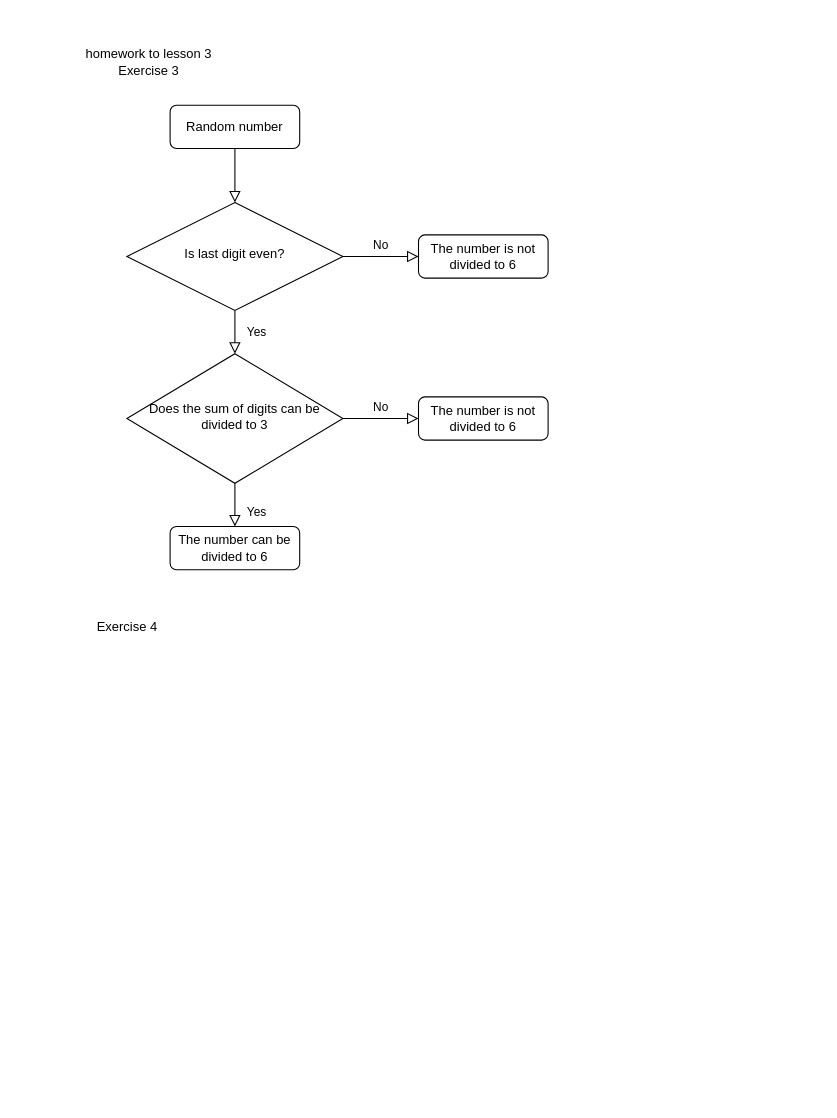
Earlier version of the draw.io diagram AQA_28_12_2023/lessons/Диаграмма без названия.drawio (Valeriia-TR/AQA_28_12_2023). Source tidied: cells renumbered, new cells numbered last; positions are measured from the earlier drawing's top-left corner, leaving out a move shared by most shapes. Both pictures are drawn from the tidied source at 108%, with x=0, y=0 at pixel (72, 40).
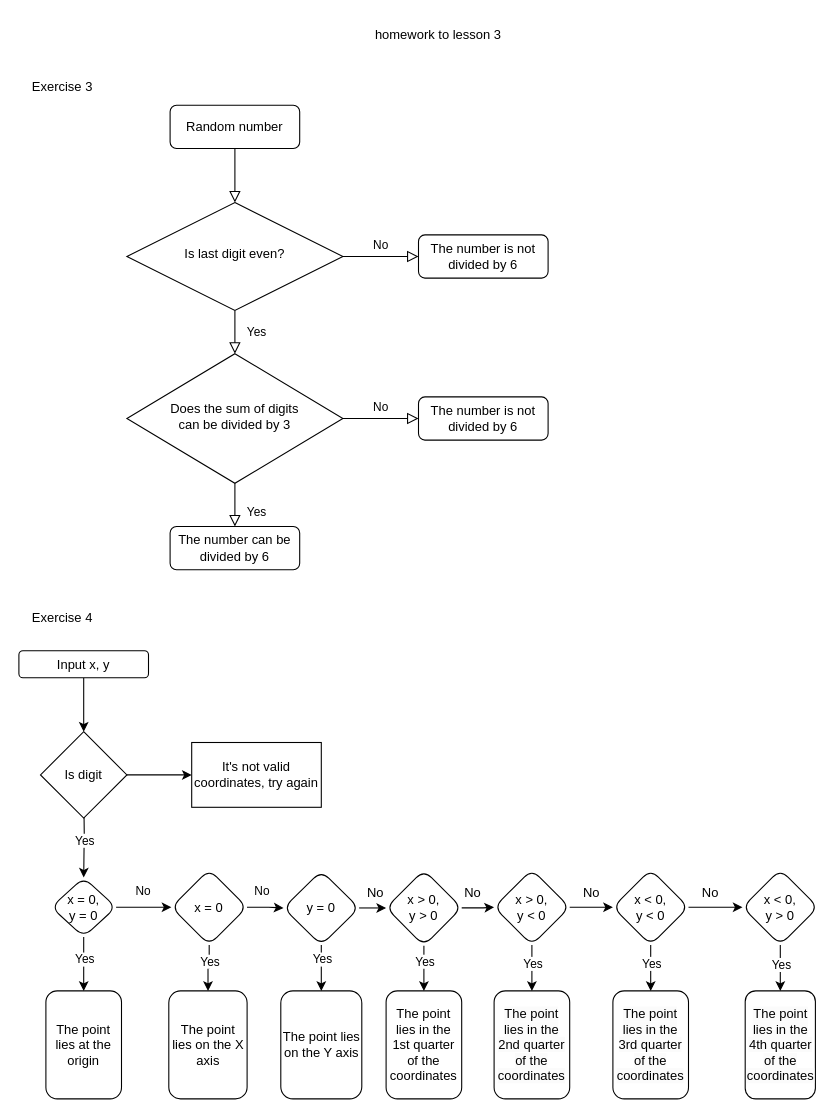
The same page after the edit.

Commit message:
Homework to lesson 3

Diff of the diagram source:
```diff
@@
-    <mxCell id="7" value="The number is not divided to 6" style="rounded=1;whiteSpace=wrap;html=1;fontSize=12;glass=0;strokeWidth=1;shadow=0;" parent="1" vertex="1">
+    <mxCell id="7" value="The number is not divided by 6" style="rounded=1;whiteSpace=wrap;html=1;fontSize=12;glass=0;strokeWidth=1;shadow=0;" parent="1" vertex="1">
       <mxGeometry x="320" y="180" width="120" height="40" as="geometry" />
     </mxCell>
@@
-    <mxCell id="10" value="Does the sum of digits can be divided to 3" style="rhombus;whiteSpace=wrap;html=1;shadow=0;fontFamily=Helvetica;fontSize=12;align=center;strokeWidth=1;spacing=6;spacingTop=-4;" parent="1" vertex="1">
+    <mxCell id="10" value="Does the sum of digits &lt;br&gt;can be divided by 3" style="rhombus;whiteSpace=wrap;html=1;shadow=0;fontFamily=Helvetica;fontSize=12;align=center;strokeWidth=1;spacing=6;spacingTop=-4;" parent="1" vertex="1">
       <mxGeometry x="50" y="290" width="200" height="120" as="geometry" />
     </mxCell>
-    <mxCell id="11" value="The number can be divided to 6" style="rounded=1;whiteSpace=wrap;html=1;fontSize=12;glass=0;strokeWidth=1;shadow=0;" parent="1" vertex="1">
+    <mxCell id="11" value="The number can be divided by 6" style="rounded=1;whiteSpace=wrap;html=1;fontSize=12;glass=0;strokeWidth=1;shadow=0;" parent="1" vertex="1">
       <mxGeometry x="90" y="450" width="120" height="40" as="geometry" />
     </mxCell>
-    <mxCell id="12" value="The number is not divided to 6" style="rounded=1;whiteSpace=wrap;html=1;fontSize=12;glass=0;strokeWidth=1;shadow=0;" parent="1" vertex="1">
+    <mxCell id="12" value="The number is not divided by 6" style="rounded=1;whiteSpace=wrap;html=1;fontSize=12;glass=0;strokeWidth=1;shadow=0;" parent="1" vertex="1">
       <mxGeometry x="320" y="330" width="120" height="40" as="geometry" />
     </mxCell>
-    <mxCell id="13" value="homework to lesson 3&lt;br&gt;Exercise 3" style="text;html=1;align=center;verticalAlign=middle;strokeColor=none;fillColor=none;" parent="1" vertex="1">
-      <mxGeometry width="140" height="40" as="geometry" />
+    <mxCell id="13" value="homework to lesson 3" style="text;html=1;align=center;verticalAlign=middle;strokeColor=none;fillColor=none;" parent="1" vertex="1">
+      <mxGeometry x="267.5" y="-20" width="140" height="30" as="geometry" />
     </mxCell>
     <mxCell id="14" value="Exercise 4" style="text;html=1;align=center;verticalAlign=middle;strokeColor=none;fillColor=none;" parent="1" vertex="1">
-      <mxGeometry x="10" y="528" width="80" height="30" as="geometry" />
+      <mxGeometry x="-50" y="520" width="80" height="30" as="geometry" />
     </mxCell>
+    <mxCell id="15" style="edgeStyle=orthogonalEdgeStyle;rounded=0;jettySize=auto;html=1;" parent="1" edge="1" target="21">
+      <mxGeometry relative="1" as="geometry">
+        <mxPoint x="10" y="690" as="sourcePoint" />
+      </mxGeometry>
+    </mxCell>
+    <mxCell id="16" value="Yes" style="edgeLabel;html=1;align=center;verticalAlign=middle;" parent="15" vertex="1">
+      <mxGeometry x="0.35" y="3" relative="1" as="geometry">
+        <mxPoint x="-3" y="-7" as="offset" />
+      </mxGeometry>
+    </mxCell>
+    <mxCell id="17" style="edgeStyle=orthogonalEdgeStyle;rounded=0;jettySize=auto;html=1;" parent="1" edge="1" source="21" target="28">
+      <mxGeometry relative="1" as="geometry" />
+    </mxCell>
+    <mxCell id="18" value="No" style="edgeLabel;html=1;align=center;verticalAlign=middle;" parent="17" vertex="1">
+      <mxGeometry x="-0.05" y="-3" relative="1" as="geometry">
+        <mxPoint y="-18" as="offset" />
+      </mxGeometry>
+    </mxCell>
+    <mxCell id="19" style="edgeStyle=orthogonalEdgeStyle;rounded=0;jettySize=auto;html=1;" parent="1" edge="1" source="21" target="29">
+      <mxGeometry relative="1" as="geometry" />
+    </mxCell>
+    <mxCell id="20" value="Yes" style="edgeLabel;html=1;align=center;verticalAlign=middle;" parent="19" vertex="1">
+      <mxGeometry x="0.41" y="2" relative="1" as="geometry">
+        <mxPoint x="-2" y="-15" as="offset" />
+      </mxGeometry>
+    </mxCell>
+    <mxCell id="21" value="x = 0,&lt;br&gt;y = 0" style="rhombus;whiteSpace=wrap;html=1;rounded=1;glass=0;strokeWidth=1;shadow=0;" parent="1" vertex="1">
+      <mxGeometry x="-20" y="775" width="60" height="55" as="geometry" />
+    </mxCell>
+    <mxCell id="22" style="edgeStyle=orthogonalEdgeStyle;rounded=0;jettySize=auto;html=1;" parent="1" edge="1" source="23">
+      <mxGeometry relative="1" as="geometry">
+        <mxPoint x="10" y="640" as="targetPoint" />
+      </mxGeometry>
+    </mxCell>
+    <mxCell id="23" value="Input x, y" style="rounded=1;whiteSpace=wrap;html=1;fontSize=12;glass=0;strokeWidth=1;shadow=0;" parent="1" vertex="1">
+      <mxGeometry x="-50" y="565" width="120" height="25" as="geometry" />
+    </mxCell>
+    <mxCell id="24" style="edgeStyle=orthogonalEdgeStyle;rounded=0;jettySize=auto;html=1;" parent="1" edge="1" source="28" target="33">
+      <mxGeometry relative="1" as="geometry" />
+    </mxCell>
+    <mxCell id="25" value="No" style="edgeLabel;html=1;align=center;verticalAlign=middle;" parent="24" vertex="1">
+      <mxGeometry x="-0.17" y="-1" relative="1" as="geometry">
+        <mxPoint x="-1" y="-16" as="offset" />
+      </mxGeometry>
+    </mxCell>
+    <mxCell id="26" style="edgeStyle=orthogonalEdgeStyle;rounded=0;jettySize=auto;html=1;" parent="1" edge="1" source="28" target="49">
+      <mxGeometry relative="1" as="geometry" />
+    </mxCell>
+    <mxCell id="27" value="Yes" style="edgeLabel;html=1;align=center;verticalAlign=middle;" parent="26" vertex="1">
+      <mxGeometry x="-0.44" relative="1" as="geometry">
+        <mxPoint y="3" as="offset" />
+      </mxGeometry>
+    </mxCell>
+    <mxCell id="28" value="x = 0" style="rhombus;whiteSpace=wrap;html=1;rounded=1;glass=0;strokeWidth=1;shadow=0;" parent="1" vertex="1">
+      <mxGeometry x="91.2" y="767.5" width="70" height="70" as="geometry" />
+    </mxCell>
+    <mxCell id="29" value="The point lies at the origin" style="whiteSpace=wrap;html=1;rounded=1;glass=0;strokeWidth=1;shadow=0;" parent="1" vertex="1">
+      <mxGeometry x="-25" y="880" width="70" height="100" as="geometry" />
+    </mxCell>
+    <mxCell id="30" style="edgeStyle=orthogonalEdgeStyle;rounded=0;jettySize=auto;html=1;entryX=0.5;entryY=0;entryDx=0;entryDy=0;" parent="1" edge="1" source="33" target="50">
+      <mxGeometry relative="1" as="geometry" />
+    </mxCell>
+    <mxCell id="31" value="Yes" style="edgeLabel;html=1;align=center;verticalAlign=middle;" parent="30" vertex="1">
+      <mxGeometry x="0.25" relative="1" as="geometry">
+        <mxPoint y="-14" as="offset" />
+      </mxGeometry>
+    </mxCell>
+    <mxCell id="32" style="edgeStyle=orthogonalEdgeStyle;rounded=0;jettySize=auto;html=1;exitX=1;exitY=0.5;exitDx=0;exitDy=0;entryX=0;entryY=0.5;entryDx=0;entryDy=0;" parent="1" edge="1" source="33" target="37">
+      <mxGeometry relative="1" as="geometry" />
+    </mxCell>
+    <mxCell id="33" value="y = 0" style="rhombus;whiteSpace=wrap;html=1;rounded=1;glass=0;strokeWidth=1;shadow=0;" parent="1" vertex="1">
+      <mxGeometry x="195" y="768.8" width="70" height="68.8" as="geometry" />
+    </mxCell>
+    <mxCell id="34" style="edgeStyle=orthogonalEdgeStyle;rounded=0;jettySize=auto;html=1;" parent="1" edge="1" source="37" target="51">
+      <mxGeometry relative="1" as="geometry" />
+    </mxCell>
+    <mxCell id="35" value="Yes" style="edgeLabel;html=1;align=center;verticalAlign=middle;" parent="34" vertex="1">
+      <mxGeometry x="-0.33" relative="1" as="geometry" />
+    </mxCell>
+    <mxCell id="36" style="edgeStyle=orthogonalEdgeStyle;rounded=0;jettySize=auto;html=1;" parent="1" edge="1" source="37" target="45">
+      <mxGeometry relative="1" as="geometry" />
+    </mxCell>
+    <mxCell id="37" value="x &amp;gt; 0,&lt;br&gt;y &amp;gt; 0" style="rhombus;whiteSpace=wrap;html=1;rounded=1;glass=0;strokeWidth=1;shadow=0;" parent="1" vertex="1">
+      <mxGeometry x="290" y="768.1" width="70" height="70" as="geometry" />
+    </mxCell>
+    <mxCell id="38" style="edgeStyle=orthogonalEdgeStyle;rounded=0;jettySize=auto;html=1;" parent="1" edge="1" source="41" target="48">
+      <mxGeometry relative="1" as="geometry" />
+    </mxCell>
+    <mxCell id="39" style="edgeStyle=orthogonalEdgeStyle;rounded=0;jettySize=auto;html=1;" parent="1" edge="1" source="41" target="53">
+      <mxGeometry relative="1" as="geometry" />
+    </mxCell>
+    <mxCell id="40" value="Yes" style="edgeLabel;html=1;align=center;verticalAlign=middle;" parent="39" vertex="1">
+      <mxGeometry x="0.22" relative="1" as="geometry">
+        <mxPoint y="-9" as="offset" />
+      </mxGeometry>
+    </mxCell>
+    <mxCell id="41" value="x &amp;lt; 0,&lt;br&gt;y &amp;lt; 0" style="rhombus;whiteSpace=wrap;html=1;rounded=1;glass=0;strokeWidth=1;shadow=0;" parent="1" vertex="1">
+      <mxGeometry x="500" y="767.5" width="70" height="70" as="geometry" />
+    </mxCell>
+    <mxCell id="42" style="edgeStyle=orthogonalEdgeStyle;rounded=0;jettySize=auto;html=1;" parent="1" edge="1" source="45" target="41">
+      <mxGeometry relative="1" as="geometry" />
+    </mxCell>
+    <mxCell id="43" style="edgeStyle=orthogonalEdgeStyle;rounded=0;jettySize=auto;html=1;" parent="1" edge="1" source="45" target="52">
+      <mxGeometry relative="1" as="geometry" />
+    </mxCell>
+    <mxCell id="44" value="Yes" style="edgeLabel;html=1;align=center;verticalAlign=middle;" parent="43" vertex="1">
+      <mxGeometry x="0.41" relative="1" as="geometry">
+        <mxPoint y="-13" as="offset" />
+      </mxGeometry>
+    </mxCell>
+    <mxCell id="45" value="x &amp;gt; 0,&lt;br&gt;y &amp;lt; 0" style="rhombus;whiteSpace=wrap;html=1;rounded=1;glass=0;strokeWidth=1;shadow=0;" parent="1" vertex="1">
+      <mxGeometry x="390" y="767.5" width="70" height="70" as="geometry" />
+    </mxCell>
+    <mxCell id="46" style="edgeStyle=orthogonalEdgeStyle;rounded=0;jettySize=auto;html=1;" parent="1" edge="1" source="48" target="54">
+      <mxGeometry relative="1" as="geometry" />
+    </mxCell>
+    <mxCell id="47" value="Yes" style="edgeLabel;html=1;align=center;verticalAlign=middle;" parent="46" vertex="1">
+      <mxGeometry x="0.25" relative="1" as="geometry">
+        <mxPoint y="-9" as="offset" />
+      </mxGeometry>
+    </mxCell>
+    <mxCell id="48" value="x &amp;lt; 0, &lt;br&gt;y &amp;gt; 0" style="rhombus;whiteSpace=wrap;html=1;rounded=1;glass=0;strokeWidth=1;shadow=0;" parent="1" vertex="1">
+      <mxGeometry x="620" y="767.5" width="70" height="70" as="geometry" />
+    </mxCell>
+    <mxCell id="49" value="The point lies on the X axis" style="whiteSpace=wrap;html=1;rounded=1;glass=0;strokeWidth=1;shadow=0;" parent="1" vertex="1">
+      <mxGeometry x="88.8" y="880" width="72.5" height="100" as="geometry" />
+    </mxCell>
+    <mxCell id="50" value="The point lies on the Y axis" style="whiteSpace=wrap;html=1;rounded=1;glass=0;strokeWidth=1;shadow=0;" parent="1" vertex="1">
+      <mxGeometry x="192.5" y="880" width="75" height="100" as="geometry" />
+    </mxCell>
+    <mxCell id="51" value="The point lies in the 1st quarter of the coordinates" style="whiteSpace=wrap;html=1;rounded=1;glass=0;strokeWidth=1;shadow=0;" parent="1" vertex="1">
+      <mxGeometry x="290" y="880" width="70" height="100" as="geometry" />
+    </mxCell>
+    <mxCell id="52" value="&lt;span style=&quot;color: rgb(0, 0, 0); font-family: Helvetica; font-size: 12px; font-style: normal; font-variant-ligatures: normal; font-variant-caps: normal; font-weight: 400; letter-spacing: normal; orphans: 2; text-align: center; text-indent: 0px; text-transform: none; widows: 2; word-spacing: 0px; -webkit-text-stroke-width: 0px; background-color: rgb(251, 251, 251); text-decoration-thickness: initial; text-decoration-style: initial; text-decoration-color: initial; float: none; display: inline !important;&quot;&gt;The point lies in the 2nd quarter of the coordinates&lt;/span&gt;" style="whiteSpace=wrap;html=1;rounded=1;glass=0;strokeWidth=1;shadow=0;" parent="1" vertex="1">
+      <mxGeometry x="390" y="880" width="70" height="100" as="geometry" />
+    </mxCell>
+    <mxCell id="53" value="&lt;span style=&quot;color: rgb(0, 0, 0); font-family: Helvetica; font-size: 12px; font-style: normal; font-variant-ligatures: normal; font-variant-caps: normal; font-weight: 400; letter-spacing: normal; orphans: 2; text-align: center; text-indent: 0px; text-transform: none; widows: 2; word-spacing: 0px; -webkit-text-stroke-width: 0px; background-color: rgb(251, 251, 251); text-decoration-thickness: initial; text-decoration-style: initial; text-decoration-color: initial; float: none; display: inline !important;&quot;&gt;The point lies in the 3rd quarter of the coordinates&lt;/span&gt;" style="whiteSpace=wrap;html=1;rounded=1;glass=0;strokeWidth=1;shadow=0;" parent="1" vertex="1">
+      <mxGeometry x="500" y="880" width="70" height="100" as="geometry" />
+    </mxCell>
+    <mxCell id="54" value="&lt;span style=&quot;color: rgb(0, 0, 0); font-family: Helvetica; font-size: 12px; font-style: normal; font-variant-ligatures: normal; font-variant-caps: normal; font-weight: 400; letter-spacing: normal; orphans: 2; text-align: center; text-indent: 0px; text-transform: none; widows: 2; word-spacing: 0px; -webkit-text-stroke-width: 0px; background-color: rgb(251, 251, 251); text-decoration-thickness: initial; text-decoration-style: initial; text-decoration-color: initial; float: none; display: inline !important;&quot;&gt;The point lies in the 4th quarter of the coordinates&lt;/span&gt;" style="whiteSpace=wrap;html=1;rounded=1;glass=0;strokeWidth=1;shadow=0;" parent="1" vertex="1">
+      <mxGeometry x="622.5" y="880" width="65" height="100" as="geometry" />
+    </mxCell>
+    <mxCell id="55" style="edgeStyle=orthogonalEdgeStyle;rounded=0;jettySize=auto;html=1;" parent="1" edge="1" source="56" target="61">
+      <mxGeometry relative="1" as="geometry" />
+    </mxCell>
+    <mxCell id="56" value="Is digit" style="rhombus;whiteSpace=wrap;html=1;" parent="1" vertex="1">
+      <mxGeometry x="-30" y="640" width="80" height="80" as="geometry" />
+    </mxCell>
+    <mxCell id="57" value="No" style="text;html=1;align=center;verticalAlign=middle;strokeColor=none;fillColor=none;" parent="1" vertex="1">
+      <mxGeometry x="460" y="775" width="40" height="30" as="geometry" />
+    </mxCell>
+    <mxCell id="58" value="No" style="text;html=1;align=center;verticalAlign=middle;strokeColor=none;fillColor=none;" parent="1" vertex="1">
+      <mxGeometry x="260" y="775" width="40" height="30" as="geometry" />
+    </mxCell>
+    <mxCell id="59" value="No" style="text;html=1;align=center;verticalAlign=middle;strokeColor=none;fillColor=none;" parent="1" vertex="1">
+      <mxGeometry x="350" y="775" width="40" height="30" as="geometry" />
+    </mxCell>
+    <mxCell id="60" value="No" style="text;html=1;align=center;verticalAlign=middle;strokeColor=none;fillColor=none;" parent="1" vertex="1">
+      <mxGeometry x="570" y="775" width="40" height="30" as="geometry" />
+    </mxCell>
+    <mxCell id="61" value="It's not valid coordinates, try again" style="whiteSpace=wrap;html=1;" parent="1" vertex="1">
+      <mxGeometry x="110" y="650" width="120" height="60" as="geometry" />
+    </mxCell>
+    <mxCell id="62" value="Exercise 3" style="text;html=1;align=center;verticalAlign=middle;strokeColor=none;fillColor=none;" parent="1" vertex="1">
+      <mxGeometry x="-50" y="28" width="80" height="30" as="geometry" />
+    </mxCell>
```
